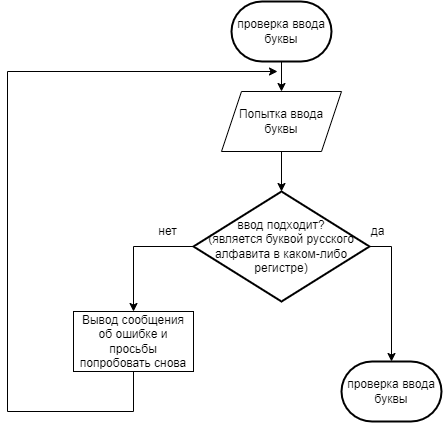
Before: проверка ввода.png, a diagram exported from draw.io (katePolitykina/PoleChudes). Source tidied: cells renumbered, new cells last; positions are measured from the earlier drawing's top-left corner, leaving out a move shared by most shapes. The source it was exported from:
```xml
<mxGraphModel>
  <root>
    <mxCell id="0" />
    <mxCell id="1" parent="0" />
    <mxCell id="2" style="edgeStyle=orthogonalEdgeStyle;rounded=0;jettySize=auto;html=1;" parent="1" edge="1" source="3">
      <mxGeometry relative="1" as="geometry">
        <mxPoint x="274" y="90" as="targetPoint" />
      </mxGeometry>
    </mxCell>
    <mxCell id="3" value="проверка ввода буквы" style="strokeWidth=2;html=1;shape=mxgraph.flowchart.terminator;whiteSpace=wrap;" parent="1" vertex="1">
      <mxGeometry x="224" width="100" height="60" as="geometry" />
    </mxCell>
    <mxCell id="4" style="edgeStyle=orthogonalEdgeStyle;rounded=0;jettySize=auto;html=1;" parent="1" edge="1" source="5" target="6">
      <mxGeometry relative="1" as="geometry" />
    </mxCell>
    <mxCell id="5" value="Попытка ввода буквы" style="shape=parallelogram;perimeter=parallelogramPerimeter;whiteSpace=wrap;html=1;fixedSize=1;" parent="1" vertex="1">
      <mxGeometry x="214" y="90" width="120" height="60" as="geometry" />
    </mxCell>
    <mxCell id="6" value="ввод подходит?&lt;br&gt;(является буквой русского алфавита в каком-либо регистре)" style="rhombus;whiteSpace=wrap;html=1;strokeWidth=2;" parent="1" vertex="1">
      <mxGeometry x="186" y="190" width="176" height="110" as="geometry" />
    </mxCell>
    <mxCell id="7" value="Вывод сообщения об ошибке и просьбы попробовать снова" style="rounded=0;whiteSpace=wrap;html=1;" parent="1" vertex="1">
      <mxGeometry x="66" y="310" width="120" height="60" as="geometry" />
    </mxCell>
    <mxCell id="8" style="endArrow=classic;html=1;rounded=0;exitX=0;exitY=0.5;exitDx=0;exitDy=0;entryX=0.5;entryY=0;entryDx=0;entryDy=0;" parent="1" edge="1" source="6" target="7">
      <mxGeometry relative="1" as="geometry">
        <Array as="points">
          <mxPoint x="126" y="245" />
        </Array>
      </mxGeometry>
    </mxCell>
    <mxCell id="9" style="endArrow=classic;html=1;rounded=0;exitX=0.5;exitY=1;exitDx=0;exitDy=0;" parent="1" edge="1" source="7">
      <mxGeometry relative="1" as="geometry">
        <mxPoint x="270" y="70" as="targetPoint" />
        <Array as="points">
          <mxPoint x="126" y="410" />
          <mxPoint y="410" />
          <mxPoint y="70" />
        </Array>
      </mxGeometry>
    </mxCell>
    <mxCell id="10" value="проверка ввода буквы" style="strokeWidth=2;html=1;shape=mxgraph.flowchart.terminator;whiteSpace=wrap;" parent="1" vertex="1">
      <mxGeometry x="334" y="360" width="100" height="60" as="geometry" />
    </mxCell>
    <mxCell id="11" style="endArrow=classic;html=1;rounded=0;exitX=1;exitY=0.5;exitDx=0;exitDy=0;entryX=0.5;entryY=0;entryDx=0;entryDy=0;entryPerimeter=0;" parent="1" edge="1" source="6" target="10">
      <mxGeometry relative="1" as="geometry">
        <Array as="points">
          <mxPoint x="384" y="245" />
        </Array>
      </mxGeometry>
    </mxCell>
    <mxCell id="12" value="да" style="text;html=1;align=center;verticalAlign=middle;strokeColor=none;fillColor=none;" parent="1" vertex="1">
      <mxGeometry x="350" y="215" width="40" height="30" as="geometry" />
    </mxCell>
    <mxCell id="13" value="нет" style="text;html=1;align=center;verticalAlign=middle;strokeColor=none;fillColor=none;" parent="1" vertex="1">
      <mxGeometry x="140" y="215" width="40" height="30" as="geometry" />
    </mxCell>
  </root>
</mxGraphModel>
```
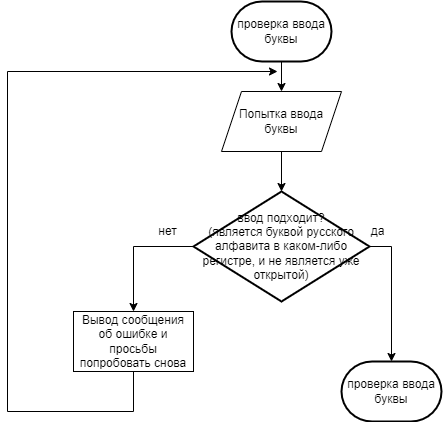
The same diagram one commit later.

Commit message:
Измененная проверка на ввод буквы

The edit, as a diff of the source:
```diff
@@ -16,7 +16,7 @@
     <mxCell id="5" value="Попытка ввода буквы" style="shape=parallelogram;perimeter=parallelogramPerimeter;whiteSpace=wrap;html=1;fixedSize=1;" parent="1" vertex="1">
       <mxGeometry x="214" y="90" width="120" height="60" as="geometry" />
     </mxCell>
-    <mxCell id="6" value="ввод подходит?&lt;br&gt;(является буквой русского алфавита в каком-либо регистре)" style="rhombus;whiteSpace=wrap;html=1;strokeWidth=2;" parent="1" vertex="1">
+    <mxCell id="6" value="ввод подходит?&lt;br&gt;(является буквой русского алфавита в каком-либо регистре, и не является уже открытой)" style="rhombus;whiteSpace=wrap;html=1;strokeWidth=2;" parent="1" vertex="1">
       <mxGeometry x="186" y="190" width="176" height="110" as="geometry" />
     </mxCell>
     <mxCell id="7" value="Вывод сообщения об ошибке и просьбы попробовать снова" style="rounded=0;whiteSpace=wrap;html=1;" parent="1" vertex="1">
```
